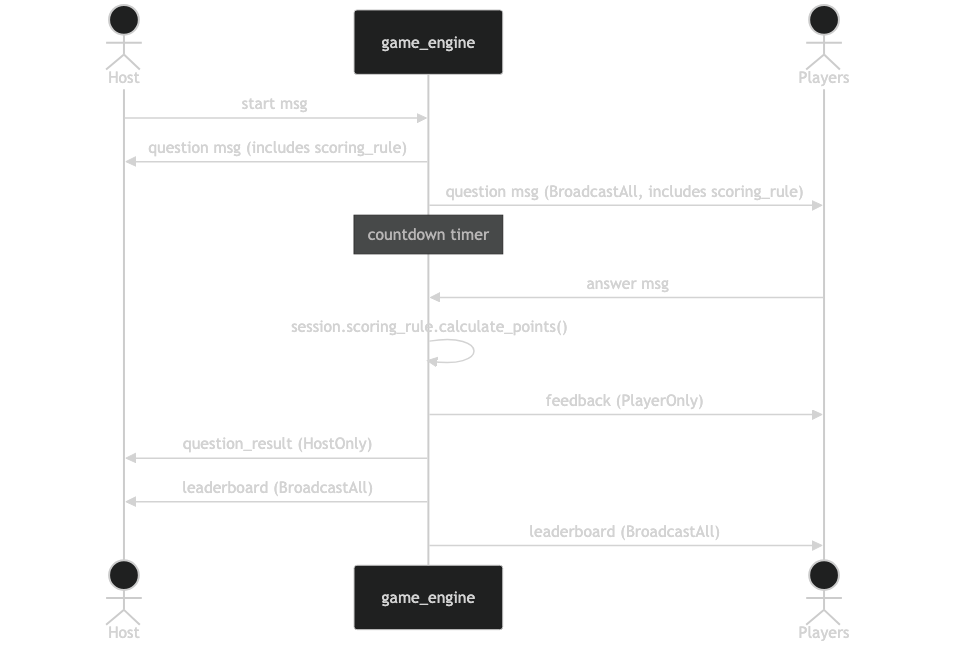
Before: docs/images/flow-question.png, a diagram exported from Mermaid (campeis/quiz-game). Its source is kept beside it as docs/diagrams/flow-question.mmd.
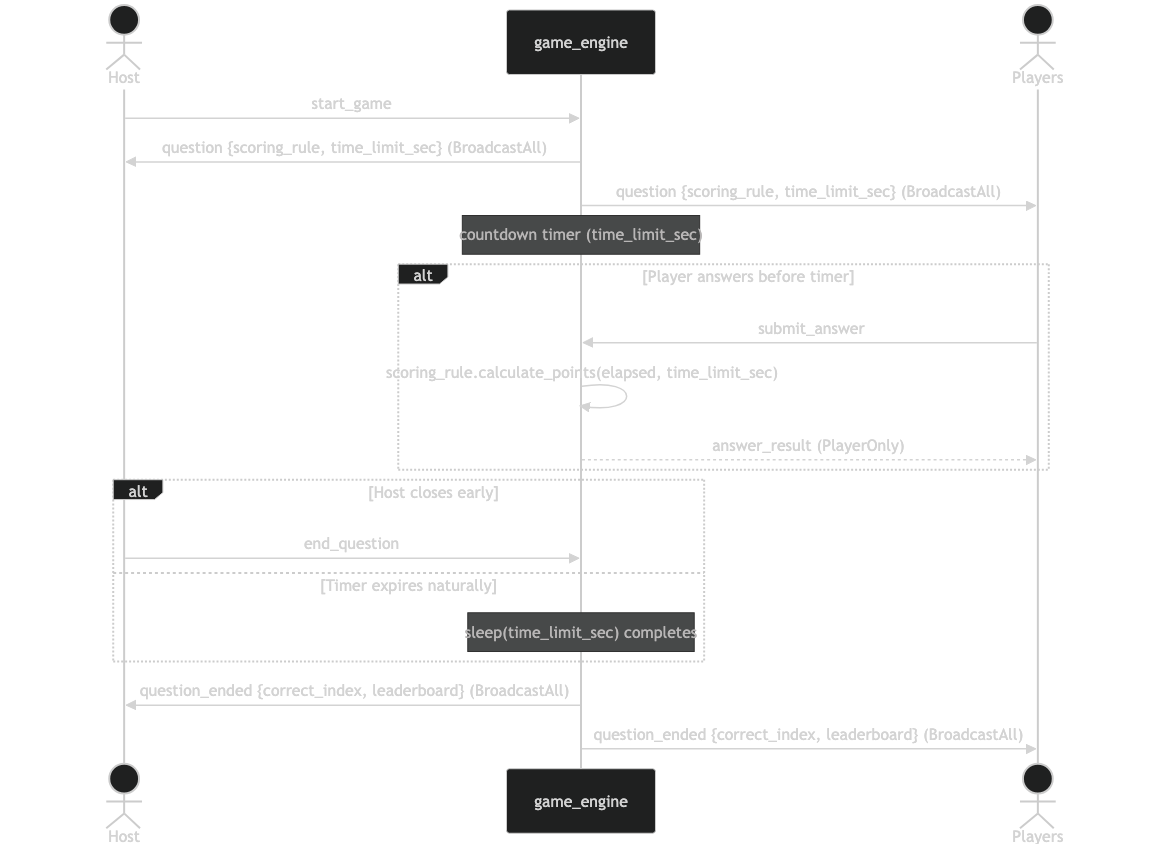
The same diagram one commit later.

Commit message:
docs: update architecture and diagrams for 010-question-time-limit

The edit, as a diff of the source:
```diff
@@ -3,13 +3,23 @@
     participant GE as game_engine
     actor PL as Players
 
-    H->>GE: start msg
-    GE->>H: question msg (includes scoring_rule)
-    GE->>PL: question msg (BroadcastAll, includes scoring_rule)
-    Note over GE: countdown timer
-    PL->>GE: answer msg
-    GE->>GE: session.scoring_rule.calculate_points()
-    GE->>PL: feedback (PlayerOnly)
-    GE->>H: question_result (HostOnly)
-    GE->>H: leaderboard (BroadcastAll)
-    GE->>PL: leaderboard (BroadcastAll)
+    H->>GE: start_game
+    GE->>H: question {scoring_rule, time_limit_sec} (BroadcastAll)
+    GE->>PL: question {scoring_rule, time_limit_sec} (BroadcastAll)
+
+    Note over GE: countdown timer (time_limit_sec)
+
+    alt Player answers before timer
+        PL->>GE: submit_answer
+        GE->>GE: scoring_rule.calculate_points(elapsed, time_limit_sec)
+        GE-->>PL: answer_result (PlayerOnly)
+    end
+
+    alt Host closes early
+        H->>GE: end_question
+    else Timer expires naturally
+        Note over GE: sleep(time_limit_sec) completes
+    end
+
+    GE->>H: question_ended {correct_index, leaderboard} (BroadcastAll)
+    GE->>PL: question_ended {correct_index, leaderboard} (BroadcastAll)
```
